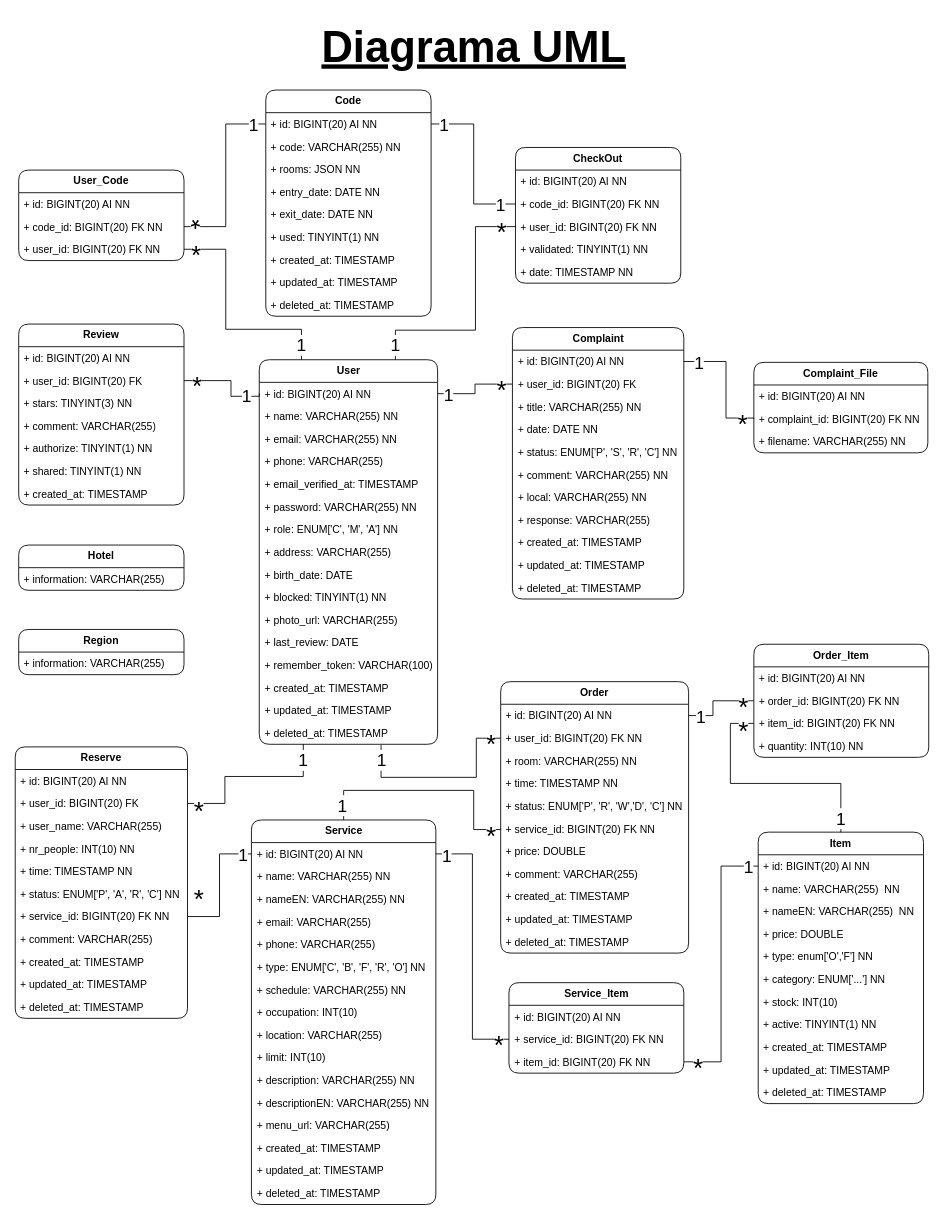
Earlier version of the draw.io diagram page "Diagrama UML" (1 of 2) of HappyGuest.drawio (Happy-Guest/HG-Notes). Source tidied: cells renumbered, new cells numbered last; positions are measured from the earlier drawing's top-left corner, leaving out a move shared by most shapes. Both pictures are drawn from the tidied source at 87%, with x=0, y=0 at pixel (15, 15).
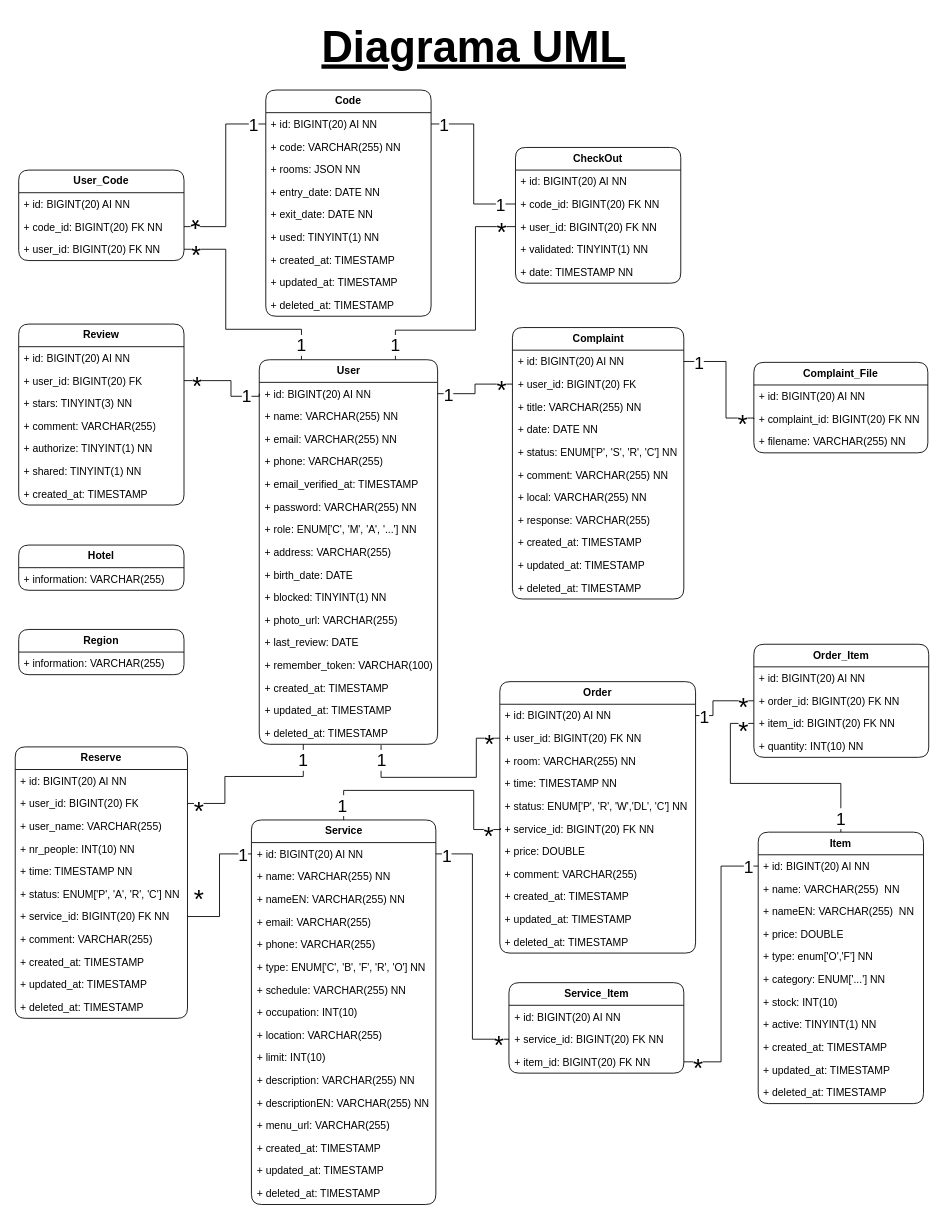
The same diagram, later.

The change refers to these unchanged cells:
```xml
<mxCell id="2" value="&lt;b&gt;User&lt;/b&gt;" style="swimlane;fontStyle=0;horizontal=1;startSize=26;fillColor=none;whiteSpace=wrap;html=1;perimeterSpacing=0;rounded=1;" parent="1" vertex="1">
  <mxGeometry x="280.5" y="396" width="205" height="442" as="geometry" />
</mxCell>
```

The edit, as a diff of the source:
```diff
@@
-    <mxCell id="9" value="+ role: ENUM['C', 'M', 'A'] NN" style="text;strokeColor=none;fillColor=none;align=left;verticalAlign=top;spacingLeft=4;spacingRight=4;overflow=hidden;whiteSpace=wrap;html=1;" parent="2" vertex="1">
+    <mxCell id="9" value="+ role: ENUM['C', 'M', 'A', '...'] NN" style="text;strokeColor=none;fillColor=none;align=left;verticalAlign=top;spacingLeft=4;spacingRight=4;overflow=hidden;whiteSpace=wrap;html=1;" parent="2" vertex="1">
       <mxGeometry y="182" width="205" height="26" as="geometry" />
     </mxCell>
@@
     <mxCell id="129" value="&lt;b&gt;Order&lt;br&gt;&lt;/b&gt;" style="swimlane;fontStyle=0;horizontal=1;startSize=26;fillColor=none;whiteSpace=wrap;html=1;perimeterSpacing=0;rounded=1;" parent="1" vertex="1">
-      <mxGeometry x="558" y="766" width="216" height="312" as="geometry" />
+      <mxGeometry x="557" y="766" width="225" height="312" as="geometry" />
     </mxCell>
     <mxCell id="130" value="+ id: BIGINT(20) AI NN" style="text;strokeColor=none;fillColor=none;align=left;verticalAlign=top;spacingLeft=4;spacingRight=4;overflow=hidden;points=[[0,0.5],[1,0.5]];portConstraint=eastwest;whiteSpace=wrap;html=1;" parent="129" vertex="1">
-      <mxGeometry y="26" width="216" height="26" as="geometry" />
+      <mxGeometry y="26" width="225" height="26" as="geometry" />
     </mxCell>
     <mxCell id="131" value="+ user_id: BIGINT(20) FK NN" style="text;strokeColor=none;fillColor=none;align=left;verticalAlign=top;spacingLeft=4;spacingRight=4;overflow=hidden;points=[[0,0.5],[1,0.5]];portConstraint=eastwest;whiteSpace=wrap;html=1;" parent="129" vertex="1">
-      <mxGeometry y="52" width="216" height="26" as="geometry" />
+      <mxGeometry y="52" width="225" height="26" as="geometry" />
     </mxCell>
     <mxCell id="132" value="+ room: VARCHAR(255) NN" style="text;strokeColor=none;fillColor=none;align=left;verticalAlign=top;spacingLeft=4;spacingRight=4;overflow=hidden;whiteSpace=wrap;html=1;" parent="129" vertex="1">
-      <mxGeometry y="78" width="216" height="26" as="geometry" />
+      <mxGeometry y="78" width="225" height="26" as="geometry" />
     </mxCell>
     <mxCell id="133" value="+ time: TIMESTAMP NN" style="text;strokeColor=none;fillColor=none;align=left;verticalAlign=top;spacingLeft=4;spacingRight=4;overflow=hidden;whiteSpace=wrap;html=1;" parent="129" vertex="1">
-      <mxGeometry y="104" width="216" height="26" as="geometry" />
+      <mxGeometry y="104" width="225" height="26" as="geometry" />
     </mxCell>
-    <mxCell id="134" value="+ status: ENUM['P', 'R', 'W','D', 'C'] NN" style="text;strokeColor=none;fillColor=none;align=left;verticalAlign=top;spacingLeft=4;spacingRight=4;overflow=hidden;whiteSpace=wrap;html=1;" parent="129" vertex="1">
-      <mxGeometry y="130" width="216" height="26" as="geometry" />
+    <mxCell id="134" value="+ status: ENUM['P', 'R', 'W','DL', 'C'] NN" style="text;strokeColor=none;fillColor=none;align=left;verticalAlign=top;spacingLeft=4;spacingRight=4;overflow=hidden;whiteSpace=wrap;html=1;" parent="129" vertex="1">
+      <mxGeometry y="130" width="225" height="26" as="geometry" />
     </mxCell>
     <mxCell id="135" value="+ service_id: BIGINT(20) FK NN" style="text;strokeColor=none;fillColor=none;align=left;verticalAlign=top;spacingLeft=4;spacingRight=4;overflow=hidden;points=[[0,0.5],[1,0.5]];portConstraint=eastwest;whiteSpace=wrap;html=1;" parent="129" vertex="1">
-      <mxGeometry y="156" width="216" height="26" as="geometry" />
+      <mxGeometry y="156" width="225" height="26" as="geometry" />
     </mxCell>
     <mxCell id="136" value="+ price: DOUBLE" style="text;strokeColor=none;fillColor=none;align=left;verticalAlign=top;spacingLeft=4;spacingRight=4;overflow=hidden;whiteSpace=wrap;html=1;" parent="129" vertex="1">
-      <mxGeometry y="182" width="216" height="26" as="geometry" />
+      <mxGeometry y="182" width="225" height="26" as="geometry" />
     </mxCell>
     <mxCell id="137" value="+ comment: VARCHAR(255)&amp;nbsp;" style="text;strokeColor=none;fillColor=none;align=left;verticalAlign=top;spacingLeft=4;spacingRight=4;overflow=hidden;whiteSpace=wrap;html=1;" parent="129" vertex="1">
-      <mxGeometry y="208" width="216" height="26" as="geometry" />
+      <mxGeometry y="208" width="225" height="26" as="geometry" />
     </mxCell>
     <mxCell id="138" value="+ created_at: TIMESTAMP" style="text;strokeColor=none;fillColor=none;align=left;verticalAlign=top;spacingLeft=4;spacingRight=4;overflow=hidden;whiteSpace=wrap;html=1;" parent="129" vertex="1">
-      <mxGeometry y="234" width="216" height="26" as="geometry" />
+      <mxGeometry y="234" width="225" height="26" as="geometry" />
     </mxCell>
     <mxCell id="139" value="+ updated_at: TIMESTAMP" style="text;strokeColor=none;fillColor=none;align=left;verticalAlign=top;spacingLeft=4;spacingRight=4;overflow=hidden;whiteSpace=wrap;html=1;" parent="129" vertex="1">
-      <mxGeometry y="260" width="216" height="26" as="geometry" />
+      <mxGeometry y="260" width="225" height="26" as="geometry" />
     </mxCell>
     <mxCell id="140" value="+ deleted_at: TIMESTAMP" style="text;strokeColor=none;fillColor=none;align=left;verticalAlign=top;spacingLeft=4;spacingRight=4;overflow=hidden;whiteSpace=wrap;html=1;" parent="129" vertex="1">
-      <mxGeometry y="286" width="216" height="26" as="geometry" />
+      <mxGeometry y="286" width="225" height="26" as="geometry" />
     </mxCell>
@@
     <mxCell id="162" value="&lt;font style=&quot;font-size: 30px;&quot;&gt;*&lt;/font&gt;" style="edgeLabel;html=1;align=center;verticalAlign=middle;" parent="1" vertex="1">
-      <mxGeometry x="625" y="633" as="geometry">
+      <mxGeometry x="623" y="633" as="geometry">
         <mxPoint x="-79" y="204" as="offset" />
       </mxGeometry>
     </mxCell>
@@
     <mxCell id="166" value="&lt;font style=&quot;font-size: 30px;&quot;&gt;*&lt;/font&gt;" style="edgeLabel;html=1;align=center;verticalAlign=middle;" parent="1" vertex="1">
-      <mxGeometry x="625" y="738" as="geometry">
+      <mxGeometry x="622" y="738" as="geometry">
         <mxPoint x="-79" y="204" as="offset" />
       </mxGeometry>
     </mxCell>
@@
     <mxCell id="173" value="&lt;font style=&quot;font-size: 20px;&quot;&gt;1&lt;/font&gt;" style="edgeLabel;html=1;align=center;verticalAlign=middle;" parent="1" vertex="1">
-      <mxGeometry x="893" y="746" as="geometry">
+      <mxGeometry x="897" y="746" as="geometry">
         <mxPoint x="-106" y="59" as="offset" />
       </mxGeometry>
     </mxCell>
```
